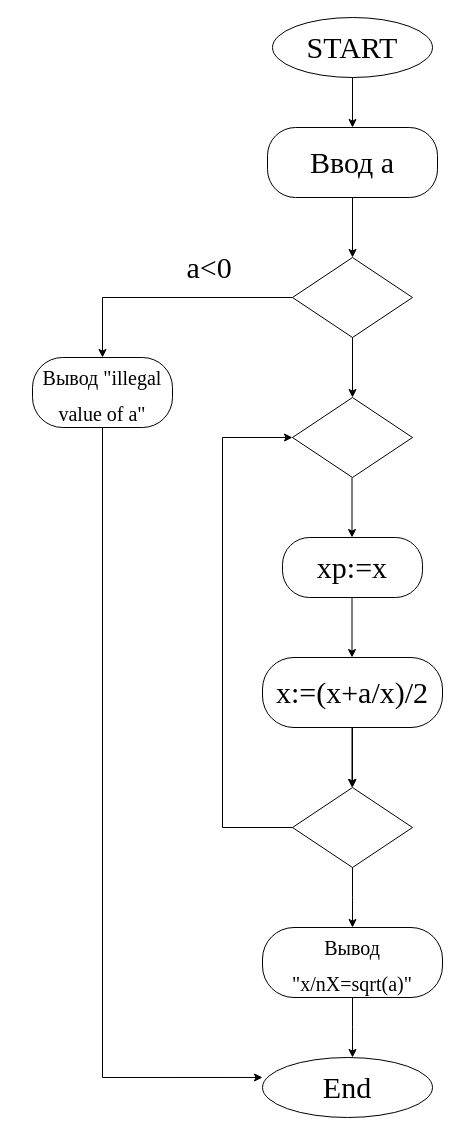
Before: Primer4.drawio in dibovdmitry/Laba_4, a draw.io diagram. Source tidied: cells renumbered, new cells numbered last; positions are measured from the earlier drawing's top-left corner, leaving out a move shared by most shapes. Both pictures are drawn from the tidied source at 100%, with x=0, y=0 at pixel (32, 17).
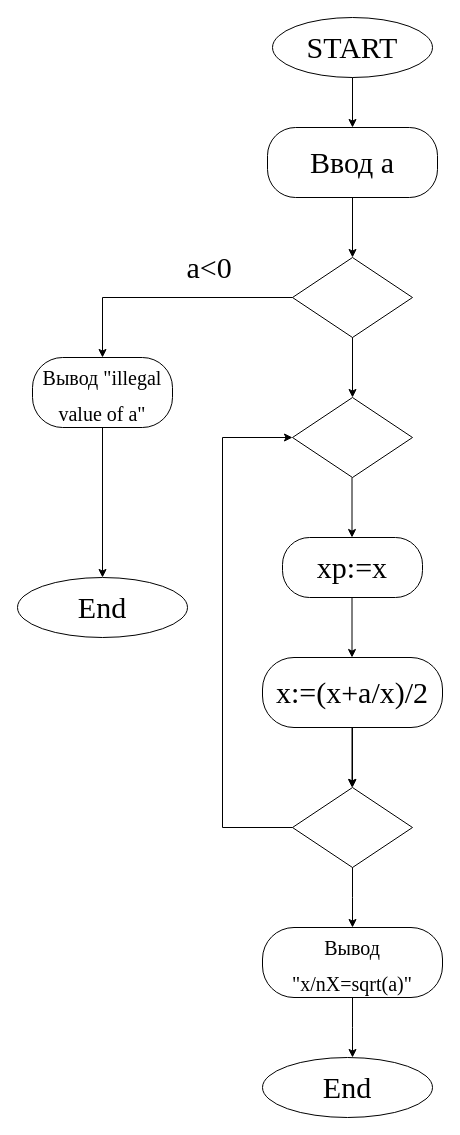
The same page after the edit.

Unchanged cells that the change refers to:
```xml
<mxCell id="26" value="End" style="ellipse;whiteSpace=wrap;html=1;fontFamily=Times New Roman;fontSize=30;" parent="1" vertex="1">
  <mxGeometry x="230" y="1040" width="170" height="60" as="geometry" />
</mxCell>
```

The edit, as a diff of the source:
```diff
@@
-    <mxCell id="27" style="endArrow=none;html=1;fontFamily=Times New Roman;fontSize=30;" parent="1" edge="1">
-      <mxGeometry relative="1" as="geometry">
-        <mxPoint x="70" y="1060" as="sourcePoint" />
-        <mxPoint x="70" y="410" as="targetPoint" />
-      </mxGeometry>
-    </mxCell>
-    <mxCell id="28" style="endArrow=classic;html=1;fontFamily=Times New Roman;fontSize=30;entryX=0;entryY=0.333;entryDx=0;entryDy=0;entryPerimeter=0;" parent="1" edge="1" target="26">
-      <mxGeometry relative="1" as="geometry">
-        <mxPoint x="70" y="1060" as="sourcePoint" />
-      </mxGeometry>
-    </mxCell>
+    <mxCell id="29" style="endArrow=classic;html=1;" parent="1" edge="1">
+      <mxGeometry relative="1" as="geometry">
+        <mxPoint x="70" y="410" as="sourcePoint" />
+        <mxPoint x="70" y="560" as="targetPoint" />
+      </mxGeometry>
+    </mxCell>
+    <mxCell id="30" value="End" style="ellipse;whiteSpace=wrap;html=1;fontFamily=Times New Roman;fontSize=30;" parent="1" vertex="1">
+      <mxGeometry x="-15" y="560" width="170" height="60" as="geometry" />
+    </mxCell>
```
